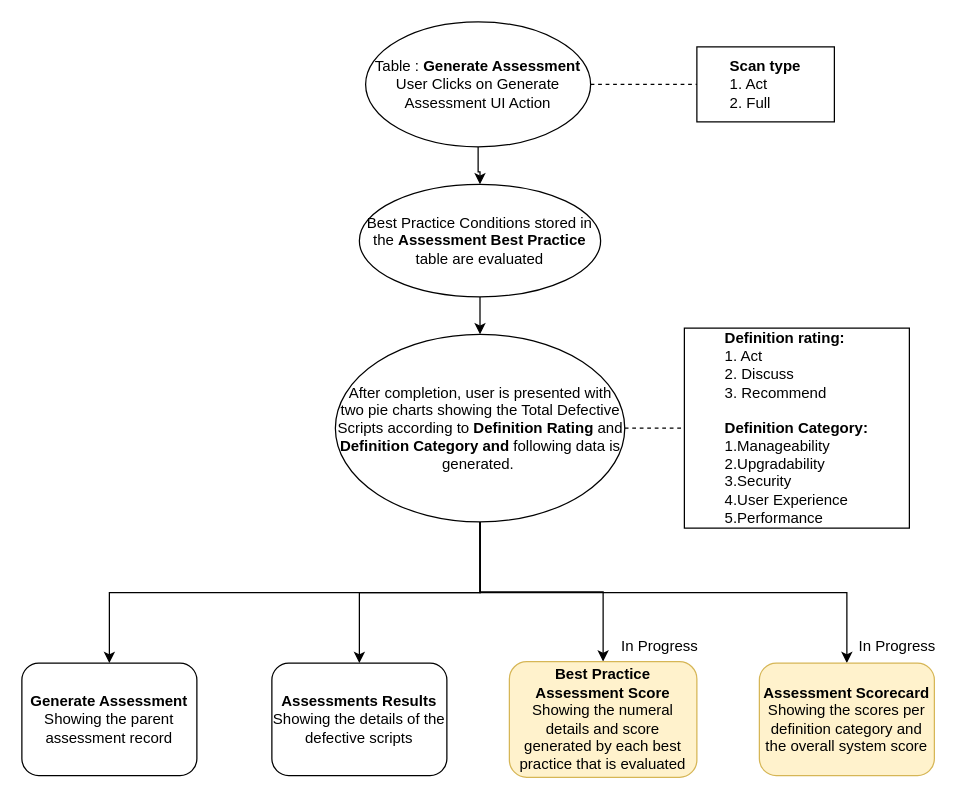
Above: Untitled Diagram.drawio in sunjyot1993/CoDetox (draw.io), before the change. Source tidied: cells renumbered, new cells numbered last; positions are measured from the earlier drawing's top-left corner, leaving out a move shared by most shapes. Both pictures are drawn from the tidied source at 125%, with x=0, y=0 at pixel (21, 21).
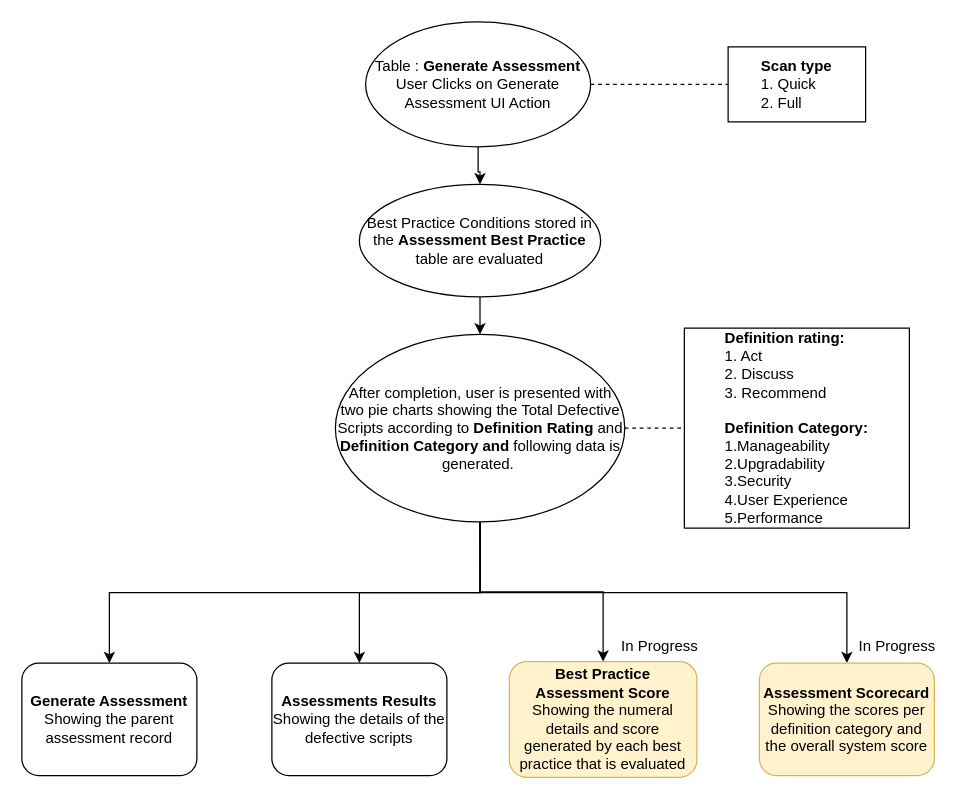
After the change.

The edit, as a diff of the source:
```diff
@@
-    <mxCell id="15" value="&lt;b&gt;Scan type&lt;br&gt;&lt;/b&gt;&lt;div style=&quot;text-align: left&quot;&gt;&lt;span&gt;1. Act&lt;/span&gt;&lt;/div&gt;&lt;div style=&quot;text-align: left&quot;&gt;&lt;span&gt;2. Full&lt;/span&gt;&lt;/div&gt;" style="rounded=0;whiteSpace=wrap;html=1;" parent="1" vertex="1">
-      <mxGeometry x="540" y="20" width="110" height="60" as="geometry" />
+    <mxCell id="15" value="&lt;b&gt;Scan type&lt;br&gt;&lt;/b&gt;&lt;div style=&quot;text-align: left&quot;&gt;&lt;span&gt;1. Quick&lt;/span&gt;&lt;/div&gt;&lt;div style=&quot;text-align: left&quot;&gt;&lt;span&gt;2. Full&lt;/span&gt;&lt;/div&gt;" style="rounded=0;whiteSpace=wrap;html=1;" parent="1" vertex="1">
+      <mxGeometry x="565" y="20" width="110" height="60" as="geometry" />
     </mxCell>
```
